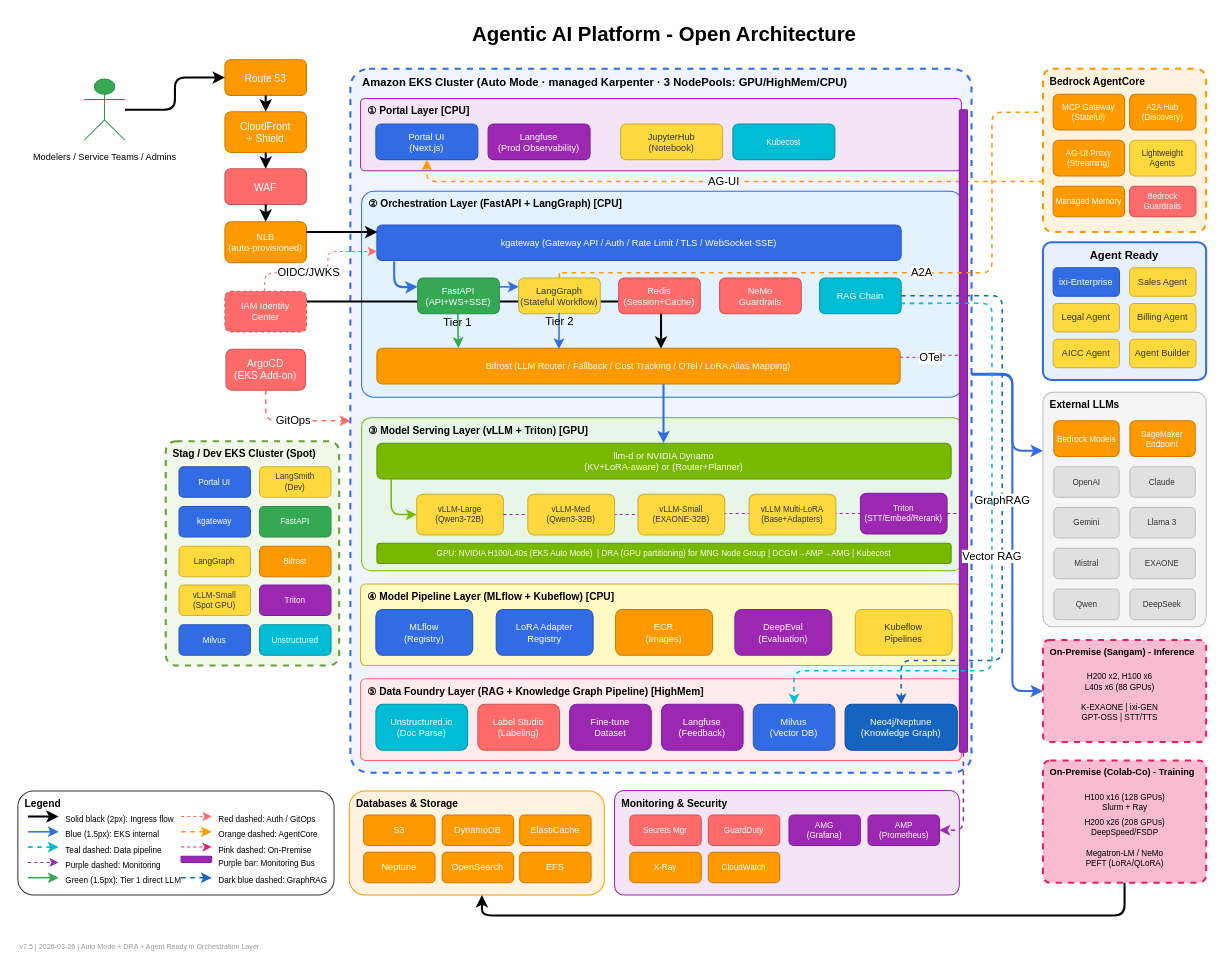
This is static/Agentic AI Platform(with Ontology and fine tunning feature).drawio from devfloor9/engineering-playbook, a draw.io file, before an edit. Source tidied: cells renumbered, new cells numbered last; positions are measured from the earlier drawing's top-left corner, leaving out a move shared by most shapes. Both pictures are drawn from the tidied source at 102%, with x=0, y=0 at pixel (17, 17).
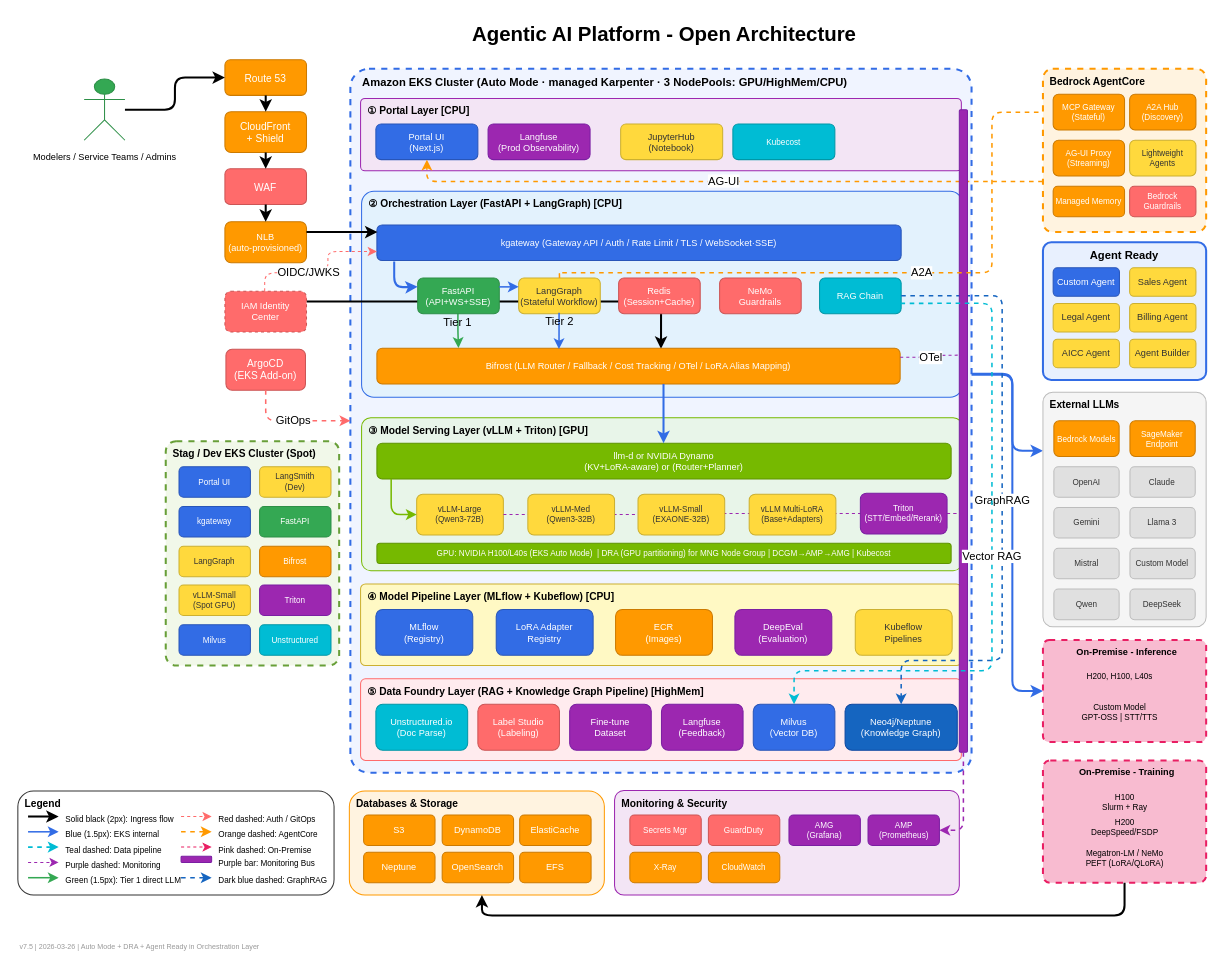
The same page after the edit.

The change refers to these unchanged cells:
```xml
<mxCell id="96" style="group;" parent="1" vertex="1">
  <mxGeometry x="1005" y="728" width="160" height="120" as="geometry" />
</mxCell>
<mxCell id="101" style="group;" parent="1" vertex="1">
  <mxGeometry x="1005" y="610" width="160" height="100" as="geometry" />
</mxCell>
<mxCell id="105" style="group;" parent="1" vertex="1">
  <mxGeometry x="1005" y="367" width="160" height="230" as="geometry" />
</mxCell>
```

The edit, as a diff of the source:
```diff
@@
-    <mxCell id="97" value="On-Premise (Colab-Co) - Training" style="rounded=1;whiteSpace=wrap;html=1;fillColor=#F8BBD0;strokeColor=#E91E63;strokeWidth=2;dashed=1;verticalAlign=top;fontStyle=1;fontSize=9;align=left;spacingLeft=5;arcSize=6;" parent="96" vertex="1">
+    <mxCell id="97" value="On-Premise - Training" style="rounded=1;whiteSpace=wrap;html=1;fillColor=#F8BBD0;strokeColor=#E91E63;strokeWidth=2;dashed=1;verticalAlign=top;fontStyle=1;fontSize=9;align=center;spacingLeft=5;arcSize=6;" parent="96" vertex="1">
       <mxGeometry width="160" height="120" as="geometry" />
     </mxCell>
-    <mxCell id="98" value="H100 x16 (128 GPUs)&#10;Slurm + Ray" style="text;html=1;strokeColor=none;fillColor=none;align=center;fontSize=8;" parent="96" vertex="1">
+    <mxCell id="98" value="H100&lt;br&gt;Slurm + Ray" style="text;html=1;strokeColor=none;fillColor=none;align=center;fontSize=8;" parent="96" vertex="1">
       <mxGeometry x="10.7" y="25" width="138.7" height="25" as="geometry" />
     </mxCell>
-    <mxCell id="99" value="H200 x26 (208 GPUs)&#10;DeepSpeed/FSDP" style="text;html=1;strokeColor=none;fillColor=none;align=center;fontSize=8;" parent="96" vertex="1">
+    <mxCell id="99" value="H200&lt;br&gt;DeepSpeed/FSDP" style="text;html=1;strokeColor=none;fillColor=none;align=center;fontSize=8;" parent="96" vertex="1">
       <mxGeometry x="10.7" y="50" width="138.7" height="25" as="geometry" />
     </mxCell>
@@
-    <mxCell id="102" value="On-Premise (Sangam) - Inference" style="rounded=1;whiteSpace=wrap;html=1;fillColor=#F8BBD0;strokeColor=#E91E63;strokeWidth=2;dashed=1;verticalAlign=top;fontStyle=1;fontSize=9;align=left;spacingLeft=5;arcSize=6;" parent="101" vertex="1">
+    <mxCell id="102" value="On-Premise - Inference" style="rounded=1;whiteSpace=wrap;html=1;fillColor=#F8BBD0;strokeColor=#E91E63;strokeWidth=2;dashed=1;verticalAlign=top;fontStyle=1;fontSize=9;align=center;spacingLeft=5;arcSize=6;" parent="101" vertex="1">
       <mxGeometry width="160" height="100" as="geometry" />
     </mxCell>
-    <mxCell id="103" value="H200 x2, H100 x6&#10;L40s x6 (88 GPUs)" style="text;html=1;strokeColor=none;fillColor=none;align=center;fontSize=8;" parent="101" vertex="1">
+    <mxCell id="103" value="H200, H100, L40s" style="text;html=1;strokeColor=none;fillColor=none;align=center;fontSize=8;" parent="101" vertex="1">
       <mxGeometry x="10" y="25" width="130" height="25" as="geometry" />
     </mxCell>
-    <mxCell id="104" value="K-EXAONE | ixi-GEN&#10;GPT-OSS | STT/TTS" style="text;html=1;strokeColor=none;fillColor=none;align=center;fontSize=8;" parent="101" vertex="1">
+    <mxCell id="104" value="Custom Model&lt;br&gt;GPT-OSS | STT/TTS" style="text;html=1;strokeColor=none;fillColor=none;align=center;fontSize=8;" parent="101" vertex="1">
       <mxGeometry x="10" y="55" width="130" height="25" as="geometry" />
     </mxCell>
@@
-    <mxCell id="114" value="EXAONE" style="rounded=1;whiteSpace=wrap;html=1;fillColor=#E0E0E0;strokeColor=#BDBDBD;fontColor=#333333;fontSize=8;" parent="105" vertex="1">
+    <mxCell id="114" value="Custom Model" style="rounded=1;whiteSpace=wrap;html=1;fillColor=#E0E0E0;strokeColor=#BDBDBD;fontColor=#333333;fontSize=8;" parent="105" vertex="1">
       <mxGeometry x="85.3" y="153" width="64" height="30" as="geometry" />
     </mxCell>
@@
-    <mxCell id="136" value="ixi-Enterprise" style="rounded=1;whiteSpace=wrap;html=1;fillColor=#326CE5;strokeColor=#2855B8;fontColor=#FFFFFF;fontSize=9;" parent="1" vertex="1">
+    <mxCell id="136" value="Custom Agent" style="rounded=1;whiteSpace=wrap;html=1;fillColor=#326CE5;strokeColor=#2855B8;fontColor=#FFFFFF;fontSize=9;" parent="1" vertex="1">
       <mxGeometry x="1015" y="245" width="65" height="28" as="geometry" />
     </mxCell>
```
